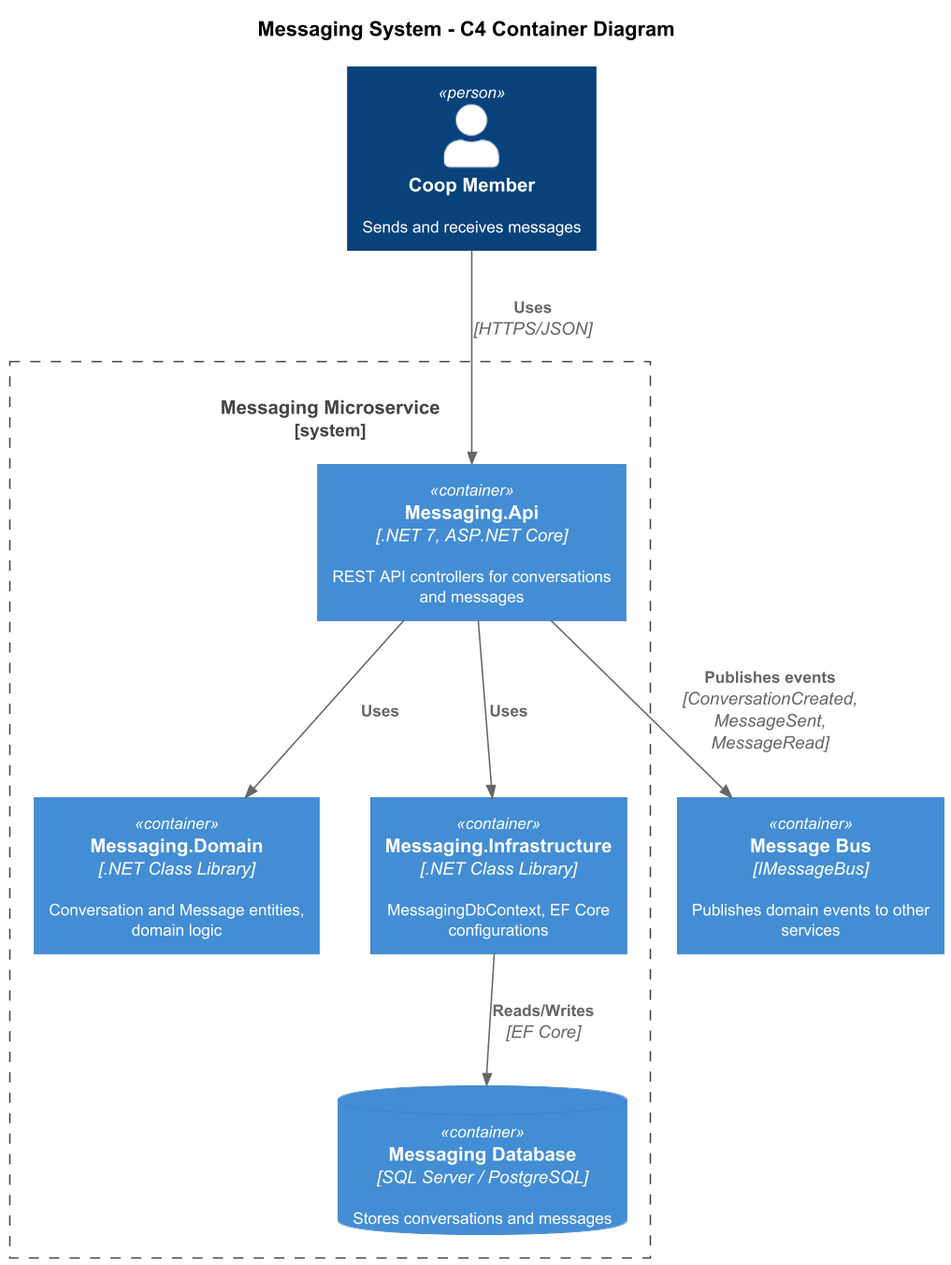
Earlier version of the PlantUML export docs/detailed-designs/07-messaging-system/c4-container.png (QuinntyneBrown/Coop).
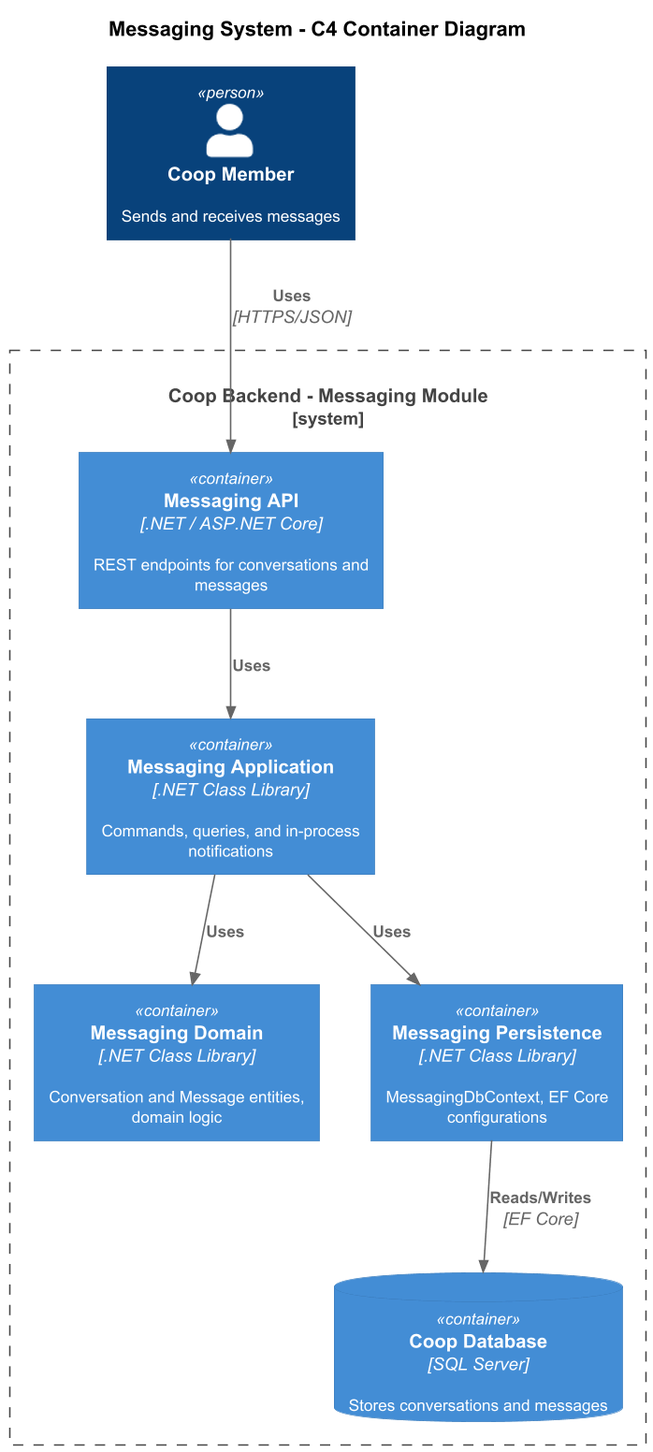
After the change.

Change to the diagram source:
```diff
@@ -8,19 +8,18 @@
 
 Person(member, "Coop Member", "Sends and receives messages")
 
-System_Boundary(messaging, "Messaging Microservice") {
-  Container(api, "Messaging.Api", ".NET 7, ASP.NET Core", "REST API controllers for conversations and messages")
-  Container(domain, "Messaging.Domain", ".NET Class Library", "Conversation and Message entities, domain logic")
-  Container(infra, "Messaging.Infrastructure", ".NET Class Library", "MessagingDbContext, EF Core configurations")
-  ContainerDb(db, "Messaging Database", "SQL Server / PostgreSQL", "Stores conversations and messages")
+System_Boundary(messaging, "Coop Backend - Messaging Module") {
+  Container(api, "Messaging API", ".NET / ASP.NET Core", "REST endpoints for conversations and messages")
+  Container(app, "Messaging Application", ".NET Class Library", "Commands, queries, and in-process notifications")
+  Container(domain, "Messaging Domain", ".NET Class Library", "Conversation and Message entities, domain logic")
+  Container(infra, "Messaging Persistence", ".NET Class Library", "MessagingDbContext, EF Core configurations")
+  ContainerDb(db, "Coop Database", "SQL Server", "Stores conversations and messages")
 }
 
-Container(bus, "Message Bus", "IMessageBus", "Publishes domain events to other services")
-
 Rel(member, api, "Uses", "HTTPS/JSON")
-Rel(api, domain, "Uses")
-Rel(api, infra, "Uses")
+Rel(api, app, "Uses")
+Rel(app, domain, "Uses")
+Rel(app, infra, "Uses")
 Rel(infra, db, "Reads/Writes", "EF Core")
-Rel(api, bus, "Publishes events", "ConversationCreated,\nMessageSent, MessageRead")
 
 @enduml
```
